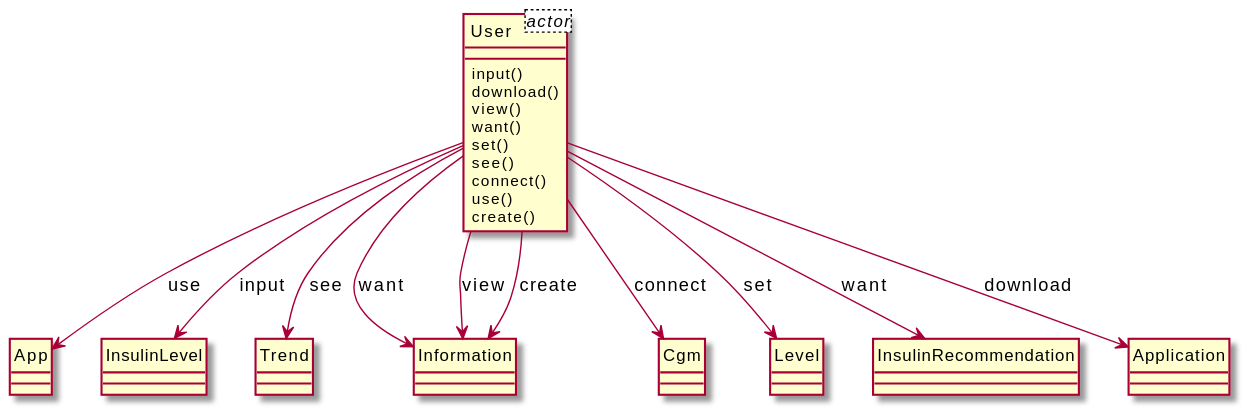
Before: output/diagram_5/2017-USC-Project06.svg, a diagram exported from PlantUML (xixixhalu/DomainModelExtractor). Source of this version:
```plantuml
@startuml
hide circle
class User<actor> {
}
class User {
	input()
	download()
	view()
	want()
	set()
	see()
	connect()
	use()
	create()
}
class App {
}
class InsulinLevel {
}
class Trend {
}
class Information {
}
class Cgm {
}
class Level {
}
class InsulinRecommendation {
}
class Application {
}
User --> InsulinRecommendation : want
User --> InsulinLevel : input
User --> Cgm : connect
User --> App : use
User --> Information : want
User --> Trend : see
User --> Information : view
User --> Level : set
User --> Application : download
User --> Information : create
@enduml
```
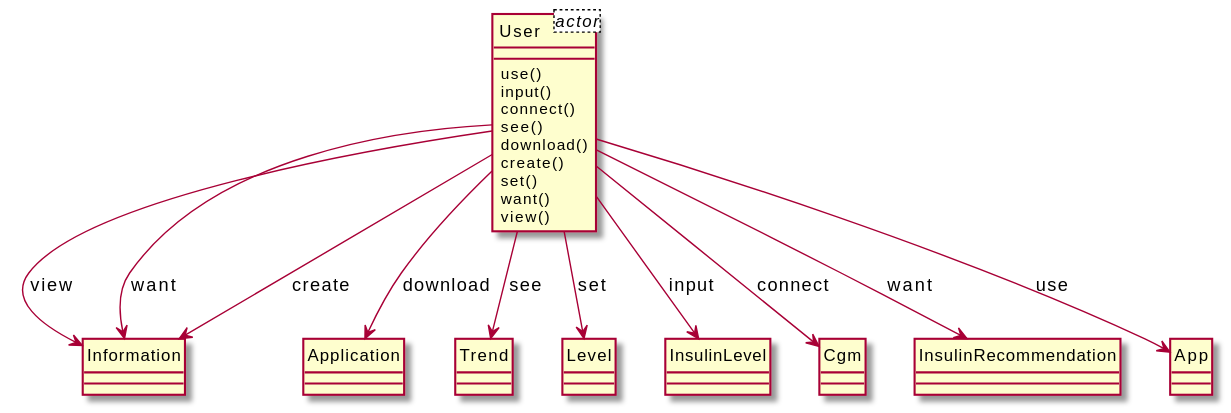
The same file after the commit.

Diff of the diagram source:
```diff
@@ -3,40 +3,40 @@
 class User<actor> {
 }
 class User {
+	use()
 	input()
+	connect()
+	see()
 	download()
+	create()
+	set()
+	want()
 	view()
-	want()
-	set()
-	see()
-	connect()
-	use()
-	create()
+}
+class Information {
+}
+class Application {
+}
+class Trend {
+}
+class Level {
+}
+class InsulinLevel {
+}
+class Cgm {
+}
+class InsulinRecommendation {
 }
 class App {
 }
-class InsulinLevel {
-}
-class Trend {
-}
-class Information {
-}
-class Cgm {
-}
-class Level {
-}
-class InsulinRecommendation {
-}
-class Application {
-}
+User --> Application : download
 User --> InsulinRecommendation : want
+User --> Information : view
+User --> Information : want
 User --> InsulinLevel : input
+User --> Trend : see
+User --> App : use
 User --> Cgm : connect
-User --> App : use
-User --> Information : want
-User --> Trend : see
-User --> Information : view
 User --> Level : set
-User --> Application : download
 User --> Information : create
 @enduml
```
